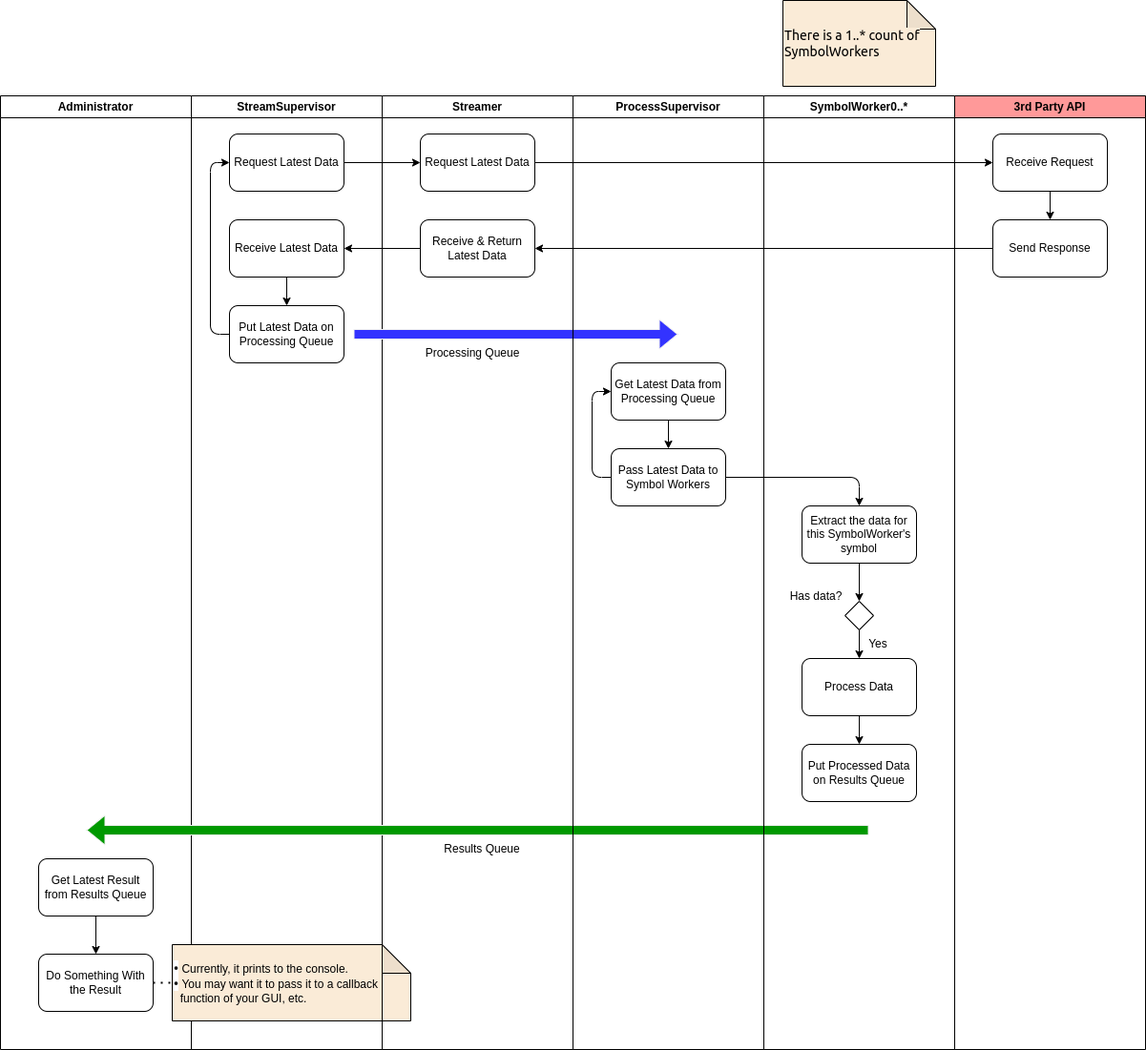
Above: images/high_level_activity.png in IanAtDazed/ray-streamer (draw.io), before the change. Source tidied: cells renumbered, new cells last; positions are measured from the earlier drawing's top-left corner, leaving out a move shared by most shapes.
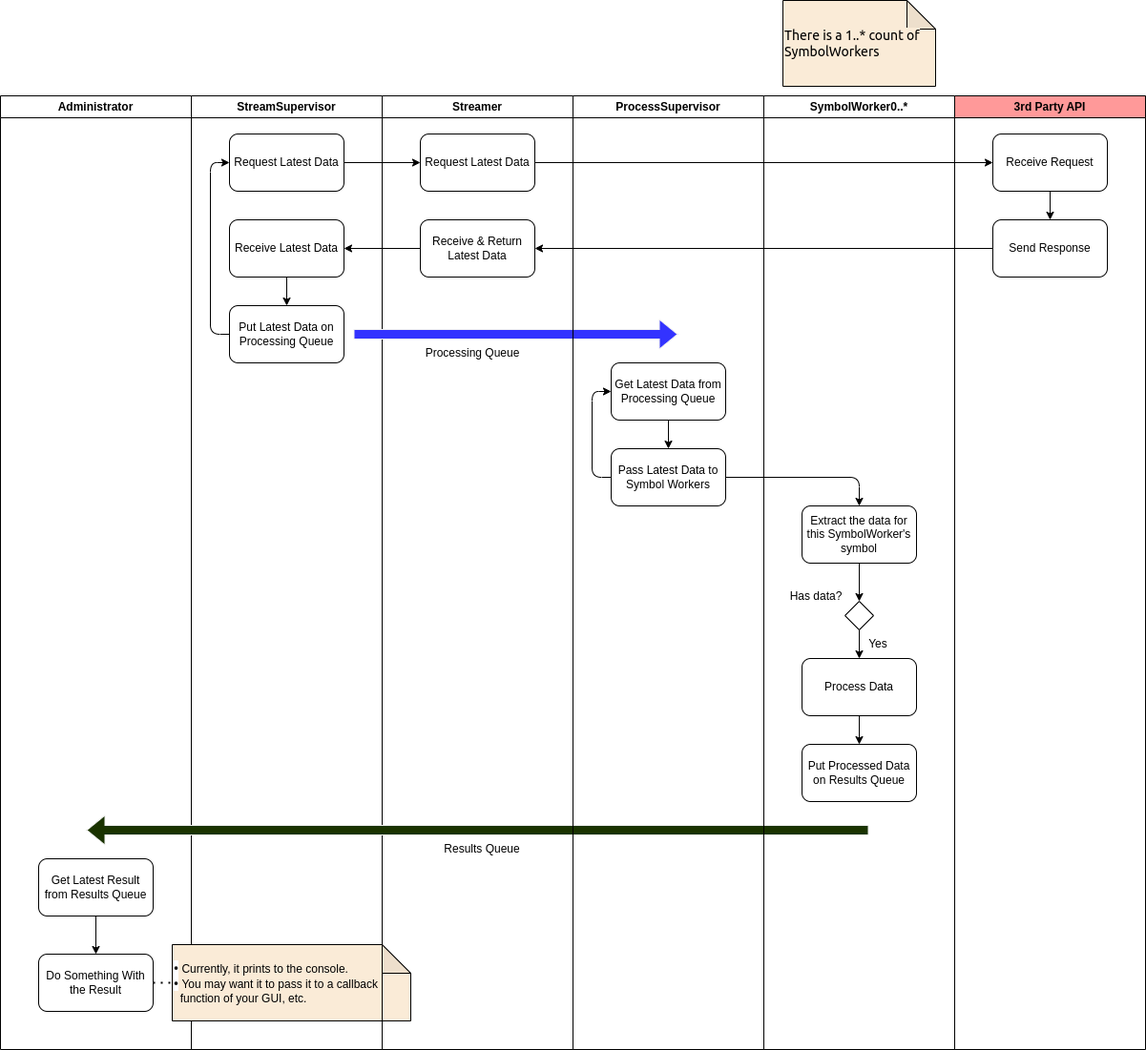
After the change.

Commit message:
Results Queue color: 1A3300

Change to the diagram source:
```diff
@@ -61,7 +61,7 @@
     <mxCell id="18" value="Results Queue" style="text;html=1;strokeColor=none;fillColor=none;align=center;verticalAlign=middle;whiteSpace=wrap;rounded=0;" parent="13" vertex="1">
       <mxGeometry x="50" y="780" width="110" height="20" as="geometry" />
     </mxCell>
-    <mxCell id="19" style="shape=flexArrow;endArrow=classic;html=1;fillColor=#009900;strokeColor=#F0F0F0;" parent="13" edge="1">
+    <mxCell id="19" style="shape=flexArrow;endArrow=classic;html=1;fillColor=#1A3300;strokeColor=#F0F0F0;" parent="13" edge="1">
       <mxGeometry relative="1" as="geometry">
         <mxPoint x="510" y="770" as="sourcePoint" />
         <mxPoint x="-310" y="770" as="targetPoint" />
```
